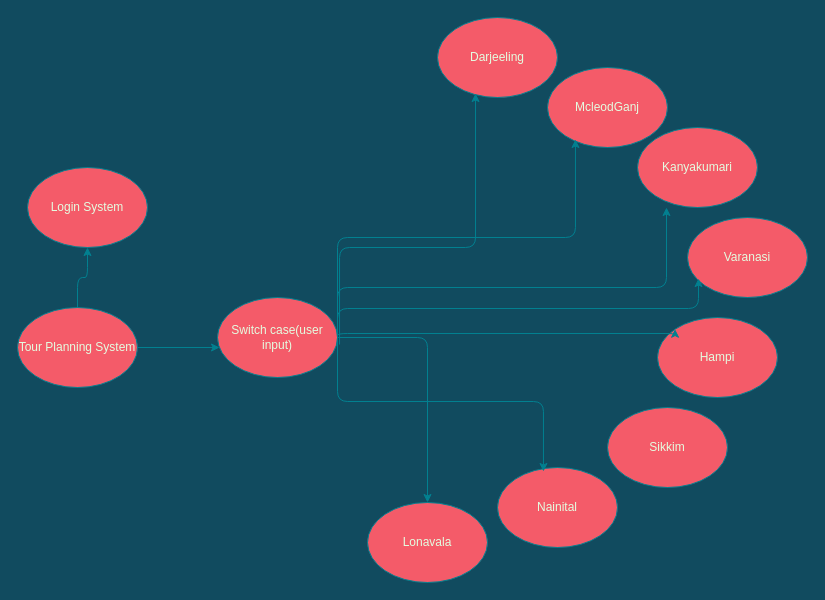
Earlier version of the draw.io diagram 2_Architecture/Untitled Diagram.drawio (ranveer17/Stepin_Arambh). Source tidied: cells renumbered, new cells numbered last; positions are measured from the earlier drawing's top-left corner, leaving out a move shared by most shapes. Both pictures are drawn from the tidied source at 100%, with x=0, y=0 at pixel (17, 17).
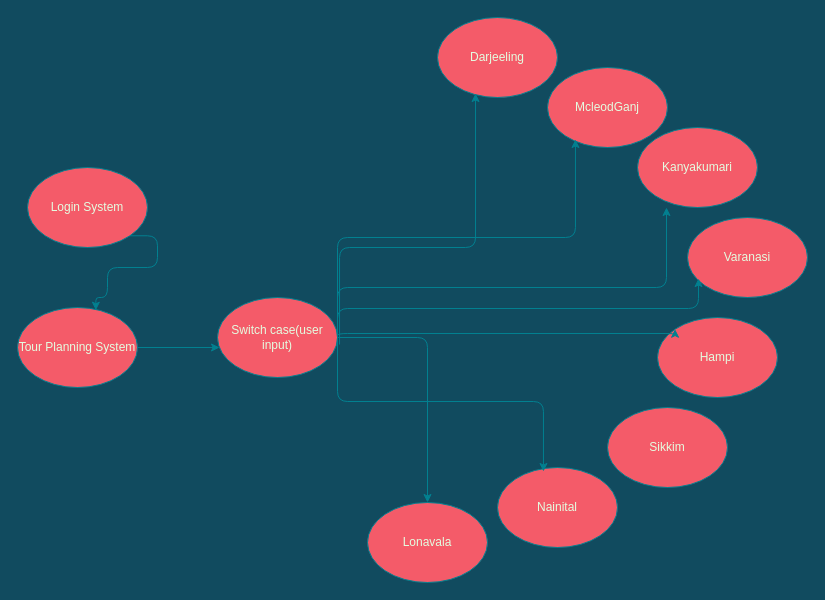
Above is the later version.

Unchanged cells that the change refers to:
```xml
<mxCell id="11" value="Tour Planning System" style="ellipse;whiteSpace=wrap;html=1;fillColor=#F45B69;strokeColor=#028090;fontColor=#E4FDE1;" parent="1" vertex="1">
  <mxGeometry y="290" width="120" height="80" as="geometry" />
</mxCell>
<mxCell id="21" value="Login System" style="ellipse;whiteSpace=wrap;html=1;fillColor=#F45B69;strokeColor=#028090;fontColor=#E4FDE1;" parent="1" vertex="1">
  <mxGeometry x="10" y="150" width="120" height="80" as="geometry" />
</mxCell>
```

What changed in the source:
```diff
@@
-    <mxCell id="10" style="edgeStyle=orthogonalEdgeStyle;curved=0;rounded=1;sketch=0;jettySize=auto;html=1;fontColor=#E4FDE1;strokeColor=#028090;fillColor=#F45B69;" parent="1" edge="1" source="11" target="21">
-      <mxGeometry relative="1" as="geometry" />
+    <mxCell id="10" style="edgeStyle=orthogonalEdgeStyle;curved=0;rounded=1;sketch=0;jettySize=auto;html=1;fontColor=#E4FDE1;strokeColor=#028090;fillColor=#F45B69;entryX=0.653;entryY=0.034;entryDx=0;entryDy=0;entryPerimeter=0;exitX=1;exitY=1;exitDx=0;exitDy=0;" parent="1" edge="1" source="21" target="11">
+      <mxGeometry relative="1" as="geometry">
+        <Array as="points">
+          <mxPoint x="140" y="218" />
+          <mxPoint x="140" y="250" />
+          <mxPoint x="90" y="250" />
+          <mxPoint x="90" y="280" />
+          <mxPoint x="78" y="280" />
+        </Array>
+      </mxGeometry>
     </mxCell>
```
